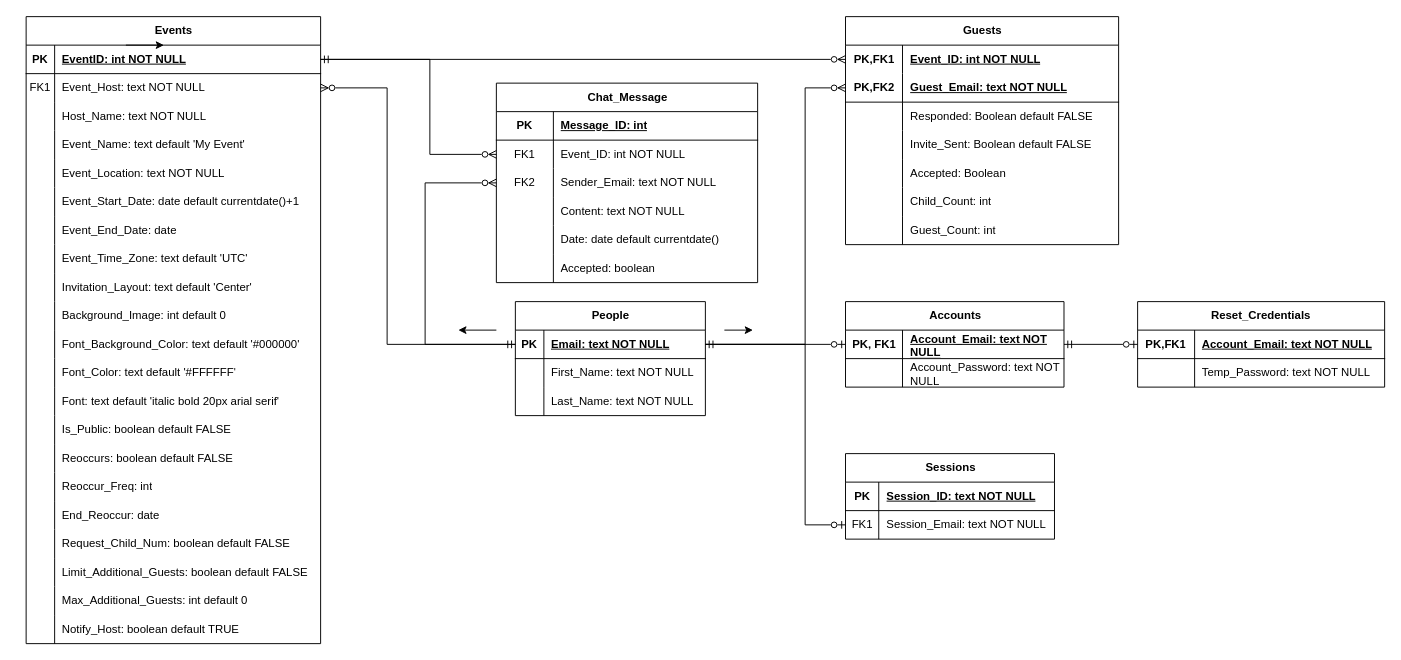
The draw.io diagram Documents/Database/AllEventlyERD.drawio in plewis10apsu/AllEvently, before the edit. Source tidied: cells renumbered, new cells numbered last; positions are measured from the earlier drawing's top-left corner, leaving out a move shared by most shapes. Both pictures are drawn from the tidied source at 95%, with x=0, y=0 at pixel (26, 16).
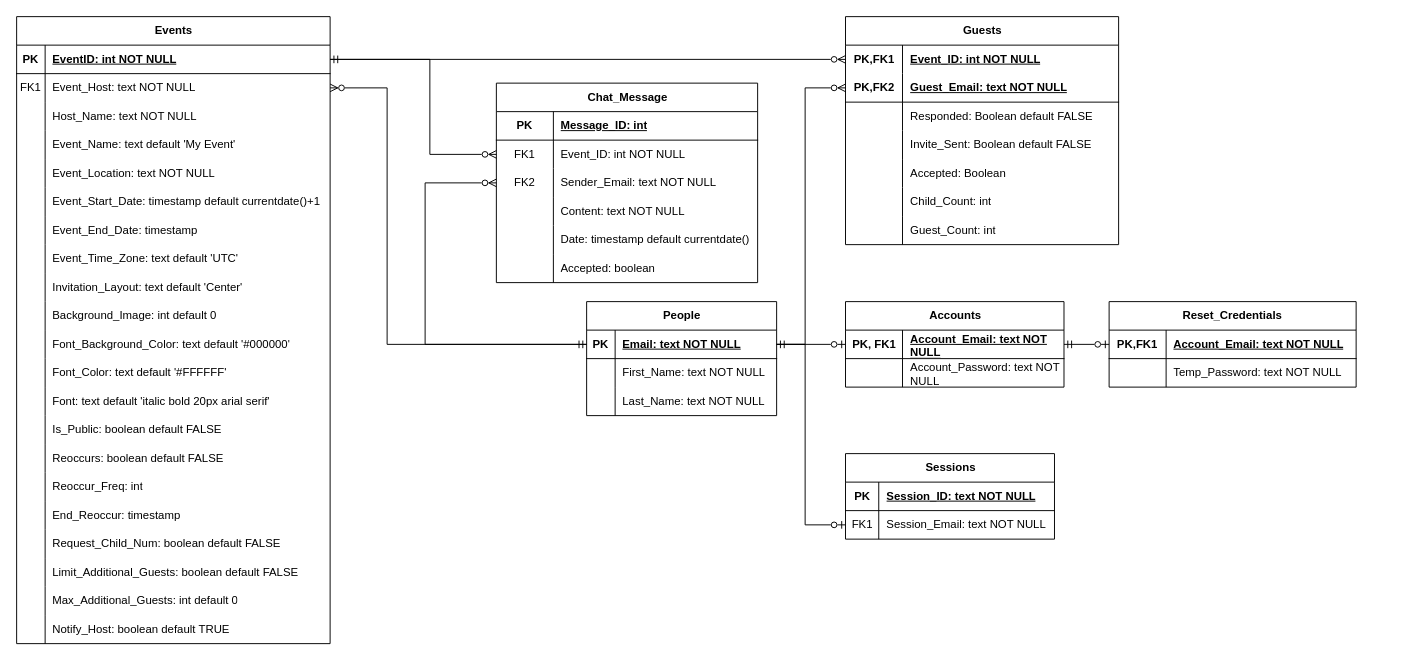
The same page after the edit.

The change refers to these unchanged cells:
```xml
<mxCell id="129" style="shape=tableRow;horizontal=0;startSize=0;swimlaneHead=0;swimlaneBody=0;fillColor=none;top=0;left=0;right=0;bottom=0;" parent="116" vertex="1">
  <mxGeometry y="150" width="275" height="30" as="geometry" />
</mxCell>
```

What changed in the source:
```diff
@@
     <mxCell id="2" value="&lt;div&gt;Events&lt;br&gt;&lt;/div&gt;" style="shape=table;startSize=30;childLayout=tableLayout;rowLines=0;fontStyle=1;align=center;html=1;" parent="1" vertex="1">
-      <mxGeometry width="310" height="660" as="geometry" />
+      <mxGeometry x="-10" width="330" height="660" as="geometry" />
     </mxCell>
     <mxCell id="3" style="shape=tableRow;horizontal=0;startSize=0;swimlaneHead=0;swimlaneBody=0;fillColor=none;points=[[0,0.5],[1,0.5]];portConstraint=eastwest;top=0;left=0;right=0;bottom=1;" parent="2" vertex="1">
-      <mxGeometry y="30" width="310" height="30" as="geometry" />
+      <mxGeometry y="30" width="330" height="30" as="geometry" />
     </mxCell>
@@
     <mxCell id="5" value="EventID: int NOT NULL" style="shape=partialRectangle;fillColor=none;top=0;left=0;bottom=0;right=0;align=left;spacingLeft=6;fontStyle=5;overflow=hidden;whiteSpace=wrap;html=1;" parent="3" vertex="1">
-      <mxGeometry x="30" width="280" height="30" as="geometry" />
+      <mxGeometry x="30" width="300" height="30" as="geometry" />
     </mxCell>
     <mxCell id="6" style="shape=tableRow;horizontal=0;startSize=0;swimlaneHead=0;swimlaneBody=0;fillColor=none;points=[[0,0.5],[1,0.5]];portConstraint=eastwest;top=0;left=0;right=0;bottom=0;" parent="2" vertex="1">
-      <mxGeometry y="60" width="310" height="30" as="geometry" />
+      <mxGeometry y="60" width="330" height="30" as="geometry" />
     </mxCell>
@@
     <mxCell id="8" value="Event_Host: text NOT NULL" style="shape=partialRectangle;fillColor=none;top=0;left=0;bottom=0;right=0;align=left;spacingLeft=6;overflow=hidden;whiteSpace=wrap;html=1;" parent="6" vertex="1">
-      <mxGeometry x="30" width="280" height="30" as="geometry" />
+      <mxGeometry x="30" width="300" height="30" as="geometry" />
     </mxCell>
     <mxCell id="9" style="shape=tableRow;horizontal=0;startSize=0;swimlaneHead=0;swimlaneBody=0;fillColor=none;top=0;left=0;right=0;bottom=0;" parent="2" vertex="1">
-      <mxGeometry y="90" width="310" height="30" as="geometry" />
+      <mxGeometry y="90" width="330" height="30" as="geometry" />
     </mxCell>
@@
     <mxCell id="11" value="Host_Name: text NOT NULL" style="shape=partialRectangle;fillColor=none;top=0;left=0;bottom=0;right=0;align=left;spacingLeft=6;overflow=hidden;whiteSpace=wrap;html=1;" parent="9" vertex="1">
-      <mxGeometry x="30" width="280" height="30" as="geometry" />
+      <mxGeometry x="30" width="300" height="30" as="geometry" />
     </mxCell>
     <mxCell id="12" style="shape=tableRow;horizontal=0;startSize=0;swimlaneHead=0;swimlaneBody=0;fillColor=none;top=0;left=0;right=0;bottom=0;" parent="2" vertex="1">
-      <mxGeometry y="120" width="310" height="30" as="geometry" />
+      <mxGeometry y="120" width="330" height="30" as="geometry" />
     </mxCell>
@@
     <mxCell id="14" value="Event_Name: text default 'My Event'" style="shape=partialRectangle;fillColor=none;top=0;left=0;bottom=0;right=0;align=left;spacingLeft=6;overflow=hidden;whiteSpace=wrap;html=1;" parent="12" vertex="1">
-      <mxGeometry x="30" width="280" height="30" as="geometry" />
+      <mxGeometry x="30" width="300" height="30" as="geometry" />
     </mxCell>
     <mxCell id="15" style="shape=tableRow;horizontal=0;startSize=0;swimlaneHead=0;swimlaneBody=0;fillColor=none;top=0;left=0;right=0;bottom=0;" parent="2" vertex="1">
-      <mxGeometry y="150" width="310" height="30" as="geometry" />
+      <mxGeometry y="150" width="330" height="30" as="geometry" />
     </mxCell>
@@
     <mxCell id="17" value="Event_Location: text NOT NULL" style="shape=partialRectangle;fillColor=none;top=0;left=0;bottom=0;right=0;align=left;spacingLeft=6;overflow=hidden;whiteSpace=wrap;html=1;" parent="15" vertex="1">
-      <mxGeometry x="30" width="280" height="30" as="geometry" />
+      <mxGeometry x="30" width="300" height="30" as="geometry" />
     </mxCell>
     <mxCell id="18" style="shape=tableRow;horizontal=0;startSize=0;swimlaneHead=0;swimlaneBody=0;fillColor=none;top=0;left=0;right=0;bottom=0;" parent="2" vertex="1">
-      <mxGeometry y="180" width="310" height="30" as="geometry" />
+      <mxGeometry y="180" width="330" height="30" as="geometry" />
     </mxCell>
@@
-    <mxCell id="20" value="Event_Start_Date: date default currentdate()+1" style="shape=partialRectangle;fillColor=none;top=0;left=0;bottom=0;right=0;align=left;spacingLeft=6;overflow=hidden;whiteSpace=wrap;html=1;" parent="18" vertex="1">
-      <mxGeometry x="30" width="280" height="30" as="geometry" />
+    <mxCell id="20" value="Event_Start_Date: timestamp default currentdate()+1" style="shape=partialRectangle;fillColor=none;top=0;left=0;bottom=0;right=0;align=left;spacingLeft=6;overflow=hidden;whiteSpace=wrap;html=1;" parent="18" vertex="1">
+      <mxGeometry x="30" width="300" height="30" as="geometry" />
     </mxCell>
     <mxCell id="21" style="shape=tableRow;horizontal=0;startSize=0;swimlaneHead=0;swimlaneBody=0;fillColor=none;top=0;left=0;right=0;bottom=0;" parent="2" vertex="1">
-      <mxGeometry y="210" width="310" height="30" as="geometry" />
+      <mxGeometry y="210" width="330" height="30" as="geometry" />
     </mxCell>
@@
-    <mxCell id="23" value="Event_End_Date: date" style="shape=partialRectangle;fillColor=none;top=0;left=0;bottom=0;right=0;align=left;spacingLeft=6;overflow=hidden;whiteSpace=wrap;html=1;" parent="21" vertex="1">
-      <mxGeometry x="30" width="280" height="30" as="geometry" />
+    <mxCell id="23" value="Event_End_Date: timestamp" style="shape=partialRectangle;fillColor=none;top=0;left=0;bottom=0;right=0;align=left;spacingLeft=6;overflow=hidden;whiteSpace=wrap;html=1;" parent="21" vertex="1">
+      <mxGeometry x="30" width="300" height="30" as="geometry" />
     </mxCell>
     <mxCell id="24" style="shape=tableRow;horizontal=0;startSize=0;swimlaneHead=0;swimlaneBody=0;fillColor=none;top=0;left=0;right=0;bottom=0;" parent="2" vertex="1">
-      <mxGeometry y="240" width="310" height="30" as="geometry" />
+      <mxGeometry y="240" width="330" height="30" as="geometry" />
     </mxCell>
@@
     <mxCell id="26" value="Event_Time_Zone: text default 'UTC'" style="shape=partialRectangle;fillColor=none;top=0;left=0;bottom=0;right=0;align=left;spacingLeft=6;overflow=hidden;whiteSpace=wrap;html=1;" parent="24" vertex="1">
-      <mxGeometry x="30" width="280" height="30" as="geometry" />
+      <mxGeometry x="30" width="300" height="30" as="geometry" />
     </mxCell>
     <mxCell id="27" style="shape=tableRow;horizontal=0;startSize=0;swimlaneHead=0;swimlaneBody=0;fillColor=none;top=0;left=0;right=0;bottom=0;" parent="2" vertex="1">
-      <mxGeometry y="270" width="310" height="30" as="geometry" />
+      <mxGeometry y="270" width="330" height="30" as="geometry" />
     </mxCell>
@@
     <mxCell id="29" value="Invitation_Layout: text default 'Center'" style="shape=partialRectangle;fillColor=none;top=0;left=0;bottom=0;right=0;align=left;spacingLeft=6;overflow=hidden;whiteSpace=wrap;html=1;" parent="27" vertex="1">
-      <mxGeometry x="30" width="280" height="30" as="geometry" />
+      <mxGeometry x="30" width="300" height="30" as="geometry" />
     </mxCell>
     <mxCell id="30" style="shape=tableRow;horizontal=0;startSize=0;swimlaneHead=0;swimlaneBody=0;fillColor=none;top=0;left=0;right=0;bottom=0;" parent="2" vertex="1">
-      <mxGeometry y="300" width="310" height="30" as="geometry" />
+      <mxGeometry y="300" width="330" height="30" as="geometry" />
     </mxCell>
@@
     <mxCell id="32" value="Background_Image: int default 0" style="shape=partialRectangle;fillColor=none;top=0;left=0;bottom=0;right=0;align=left;spacingLeft=6;overflow=hidden;whiteSpace=wrap;html=1;" parent="30" vertex="1">
-      <mxGeometry x="30" width="280" height="30" as="geometry" />
+      <mxGeometry x="30" width="300" height="30" as="geometry" />
     </mxCell>
     <mxCell id="33" style="shape=tableRow;horizontal=0;startSize=0;swimlaneHead=0;swimlaneBody=0;fillColor=none;top=0;left=0;right=0;bottom=0;" parent="2" vertex="1">
-      <mxGeometry y="330" width="310" height="30" as="geometry" />
+      <mxGeometry y="330" width="330" height="30" as="geometry" />
     </mxCell>
@@
     <mxCell id="35" value="Font_Background_Color: text default '#000000'" style="shape=partialRectangle;fillColor=none;top=0;left=0;bottom=0;right=0;align=left;spacingLeft=6;overflow=hidden;whiteSpace=wrap;html=1;" parent="33" vertex="1">
-      <mxGeometry x="30" width="280" height="30" as="geometry" />
+      <mxGeometry x="30" width="300" height="30" as="geometry" />
     </mxCell>
     <mxCell id="36" style="shape=tableRow;horizontal=0;startSize=0;swimlaneHead=0;swimlaneBody=0;fillColor=none;top=0;left=0;right=0;bottom=0;" parent="2" vertex="1">
-      <mxGeometry y="360" width="310" height="30" as="geometry" />
+      <mxGeometry y="360" width="330" height="30" as="geometry" />
     </mxCell>
@@
     <mxCell id="38" value="Font_Color: text default '#FFFFFF'" style="shape=partialRectangle;fillColor=none;top=0;left=0;bottom=0;right=0;align=left;spacingLeft=6;overflow=hidden;whiteSpace=wrap;html=1;" parent="36" vertex="1">
-      <mxGeometry x="30" width="280" height="30" as="geometry" />
+      <mxGeometry x="30" width="300" height="30" as="geometry" />
     </mxCell>
     <mxCell id="39" style="shape=tableRow;horizontal=0;startSize=0;swimlaneHead=0;swimlaneBody=0;fillColor=none;top=0;left=0;right=0;bottom=0;" parent="2" vertex="1">
-      <mxGeometry y="390" width="310" height="30" as="geometry" />
+      <mxGeometry y="390" width="330" height="30" as="geometry" />
     </mxCell>
@@
     <mxCell id="41" value="Font: text default 'italic bold 20px arial serif'" style="shape=partialRectangle;fillColor=none;top=0;left=0;bottom=0;right=0;align=left;spacingLeft=6;overflow=hidden;whiteSpace=wrap;html=1;" parent="39" vertex="1">
-      <mxGeometry x="30" width="280" height="30" as="geometry" />
+      <mxGeometry x="30" width="300" height="30" as="geometry" />
     </mxCell>
     <mxCell id="42" style="shape=tableRow;horizontal=0;startSize=0;swimlaneHead=0;swimlaneBody=0;fillColor=none;top=0;left=0;right=0;bottom=0;" parent="2" vertex="1">
-      <mxGeometry y="420" width="310" height="30" as="geometry" />
+      <mxGeometry y="420" width="330" height="30" as="geometry" />
     </mxCell>
@@
     <mxCell id="44" value="Is_Public: boolean default FALSE" style="shape=partialRectangle;fillColor=none;top=0;left=0;bottom=0;right=0;align=left;spacingLeft=6;overflow=hidden;whiteSpace=wrap;html=1;" parent="42" vertex="1">
-      <mxGeometry x="30" width="280" height="30" as="geometry" />
+      <mxGeometry x="30" width="300" height="30" as="geometry" />
     </mxCell>
     <mxCell id="45" style="shape=tableRow;horizontal=0;startSize=0;swimlaneHead=0;swimlaneBody=0;fillColor=none;top=0;left=0;right=0;bottom=0;" parent="2" vertex="1">
-      <mxGeometry y="450" width="310" height="30" as="geometry" />
+      <mxGeometry y="450" width="330" height="30" as="geometry" />
     </mxCell>
@@
     <mxCell id="47" value="Reoccurs: boolean default FALSE" style="shape=partialRectangle;fillColor=none;top=0;left=0;bottom=0;right=0;align=left;spacingLeft=6;overflow=hidden;whiteSpace=wrap;html=1;" parent="45" vertex="1">
-      <mxGeometry x="30" width="280" height="30" as="geometry" />
+      <mxGeometry x="30" width="300" height="30" as="geometry" />
     </mxCell>
     <mxCell id="48" style="shape=tableRow;horizontal=0;startSize=0;swimlaneHead=0;swimlaneBody=0;fillColor=none;top=0;left=0;right=0;bottom=0;" parent="2" vertex="1">
-      <mxGeometry y="480" width="310" height="30" as="geometry" />
+      <mxGeometry y="480" width="330" height="30" as="geometry" />
     </mxCell>
@@
     <mxCell id="50" value="Reoccur_Freq: int" style="shape=partialRectangle;fillColor=none;top=0;left=0;bottom=0;right=0;align=left;spacingLeft=6;overflow=hidden;whiteSpace=wrap;html=1;" parent="48" vertex="1">
-      <mxGeometry x="30" width="280" height="30" as="geometry" />
+      <mxGeometry x="30" width="300" height="30" as="geometry" />
     </mxCell>
     <mxCell id="51" style="shape=tableRow;horizontal=0;startSize=0;swimlaneHead=0;swimlaneBody=0;fillColor=none;top=0;left=0;right=0;bottom=0;" parent="2" vertex="1">
-      <mxGeometry y="510" width="310" height="30" as="geometry" />
+      <mxGeometry y="510" width="330" height="30" as="geometry" />
     </mxCell>
@@
-    <mxCell id="53" value="End_Reoccur: date" style="shape=partialRectangle;fillColor=none;top=0;left=0;bottom=0;right=0;align=left;spacingLeft=6;overflow=hidden;whiteSpace=wrap;html=1;" parent="51" vertex="1">
-      <mxGeometry x="30" width="280" height="30" as="geometry" />
+    <mxCell id="53" value="End_Reoccur: timestamp" style="shape=partialRectangle;fillColor=none;top=0;left=0;bottom=0;right=0;align=left;spacingLeft=6;overflow=hidden;whiteSpace=wrap;html=1;" parent="51" vertex="1">
+      <mxGeometry x="30" width="300" height="30" as="geometry" />
     </mxCell>
     <mxCell id="54" style="shape=tableRow;horizontal=0;startSize=0;swimlaneHead=0;swimlaneBody=0;fillColor=none;top=0;left=0;right=0;bottom=0;" parent="2" vertex="1">
-      <mxGeometry y="540" width="310" height="30" as="geometry" />
+      <mxGeometry y="540" width="330" height="30" as="geometry" />
     </mxCell>
@@
     <mxCell id="56" value="Request_Child_Num: boolean default FALSE" style="shape=partialRectangle;fillColor=none;top=0;left=0;bottom=0;right=0;align=left;spacingLeft=6;overflow=hidden;whiteSpace=wrap;html=1;" parent="54" vertex="1">
-      <mxGeometry x="30" width="280" height="30" as="geometry" />
+      <mxGeometry x="30" width="300" height="30" as="geometry" />
     </mxCell>
     <mxCell id="57" style="shape=tableRow;horizontal=0;startSize=0;swimlaneHead=0;swimlaneBody=0;fillColor=none;top=0;left=0;right=0;bottom=0;" parent="2" vertex="1">
-      <mxGeometry y="570" width="310" height="30" as="geometry" />
+      <mxGeometry y="570" width="330" height="30" as="geometry" />
     </mxCell>
@@
     <mxCell id="59" value="Limit_Additional_Guests: boolean default FALSE" style="shape=partialRectangle;fillColor=none;top=0;left=0;bottom=0;right=0;align=left;spacingLeft=6;overflow=hidden;whiteSpace=wrap;html=1;" parent="57" vertex="1">
-      <mxGeometry x="30" width="280" height="30" as="geometry" />
+      <mxGeometry x="30" width="300" height="30" as="geometry" />
     </mxCell>
     <mxCell id="60" style="shape=tableRow;horizontal=0;startSize=0;swimlaneHead=0;swimlaneBody=0;fillColor=none;top=0;left=0;right=0;bottom=0;" parent="2" vertex="1">
-      <mxGeometry y="600" width="310" height="30" as="geometry" />
+      <mxGeometry y="600" width="330" height="30" as="geometry" />
     </mxCell>
@@
     <mxCell id="62" value="Max_Additional_Guests: int default 0" style="shape=partialRectangle;fillColor=none;top=0;left=0;bottom=0;right=0;align=left;spacingLeft=6;overflow=hidden;whiteSpace=wrap;html=1;" parent="60" vertex="1">
-      <mxGeometry x="30" width="280" height="30" as="geometry" />
+      <mxGeometry x="30" width="300" height="30" as="geometry" />
     </mxCell>
     <mxCell id="63" style="shape=tableRow;horizontal=0;startSize=0;swimlaneHead=0;swimlaneBody=0;fillColor=none;top=0;left=0;right=0;bottom=0;" parent="2" vertex="1">
-      <mxGeometry y="630" width="310" height="30" as="geometry" />
+      <mxGeometry y="630" width="330" height="30" as="geometry" />
     </mxCell>
@@
     <mxCell id="65" value="Notify_Host: boolean default TRUE" style="shape=partialRectangle;fillColor=none;top=0;left=0;bottom=0;right=0;align=left;spacingLeft=6;overflow=hidden;whiteSpace=wrap;html=1;" parent="63" vertex="1">
-      <mxGeometry x="30" width="280" height="30" as="geometry" />
+      <mxGeometry x="30" width="300" height="30" as="geometry" />
     </mxCell>
     <mxCell id="66" value="People" style="shape=table;startSize=30;childLayout=tableLayout;rowLines=0;fontStyle=1;align=center;html=1;" parent="1" vertex="1">
-      <mxGeometry x="515" y="300" width="200" height="120" as="geometry" />
+      <mxGeometry x="590" y="300" width="200" height="120" as="geometry" />
     </mxCell>
@@
-    <mxCell id="131" value="Date: date default currentdate()" style="shape=partialRectangle;fillColor=none;top=0;left=0;bottom=0;right=0;align=left;spacingLeft=6;overflow=hidden;whiteSpace=wrap;html=1;" parent="129" vertex="1">
+    <mxCell id="131" value="Date: timestamp default currentdate()" style="shape=partialRectangle;fillColor=none;top=0;left=0;bottom=0;right=0;align=left;spacingLeft=6;overflow=hidden;whiteSpace=wrap;html=1;" parent="129" vertex="1">
       <mxGeometry x="60" width="215" height="30" as="geometry" />
     </mxCell>
@@
     <mxCell id="137" value="Reset_Credentials" style="shape=table;startSize=30;childLayout=tableLayout;rowLines=0;fontStyle=1;align=center;html=1;whiteSpace=wrap;" parent="1" vertex="1">
-      <mxGeometry x="1170" y="300" width="260" height="90" as="geometry" />
+      <mxGeometry x="1140" y="300" width="260" height="90" as="geometry" />
     </mxCell>
@@
-    <mxCell id="146" style="endArrow=classic;html=1;rounded=0;" parent="1" edge="1">
-      <mxGeometry relative="1" as="geometry">
-        <mxPoint x="735" y="330" as="sourcePoint" />
-        <mxPoint x="765" y="330" as="targetPoint" />
-      </mxGeometry>
-    </mxCell>
-    <mxCell id="147" style="endArrow=classic;html=1;rounded=0;" parent="1" edge="1">
-      <mxGeometry relative="1" as="geometry">
-        <mxPoint x="105" y="30" as="sourcePoint" />
-        <mxPoint x="145" y="30" as="targetPoint" />
-      </mxGeometry>
-    </mxCell>
-    <mxCell id="148" style="endArrow=classic;html=1;rounded=0;" parent="1" edge="1">
-      <mxGeometry relative="1" as="geometry">
-        <mxPoint x="495" y="330" as="sourcePoint" />
-        <mxPoint x="455" y="330" as="targetPoint" />
-      </mxGeometry>
-    </mxCell>
```
